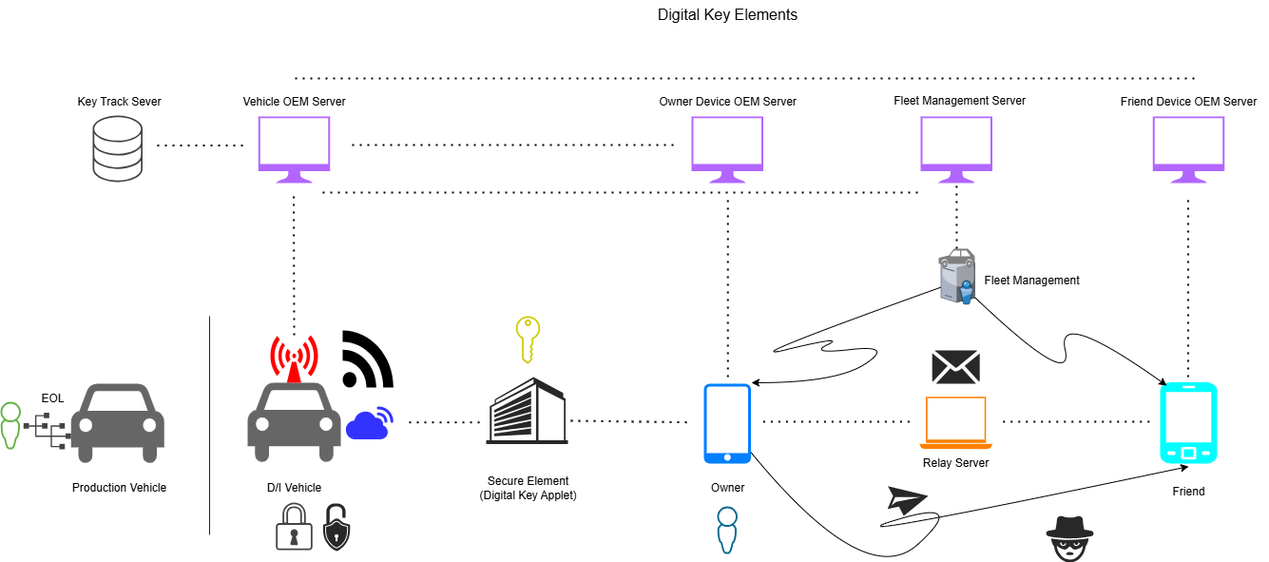
The draw.io diagram SystemFramework.drawio.png in LaurenHsu31/DKC, before a commit. Source tidied: cells renumbered, new cells last; positions are measured from the earlier drawing's top-left corner, leaving out a move shared by most shapes.
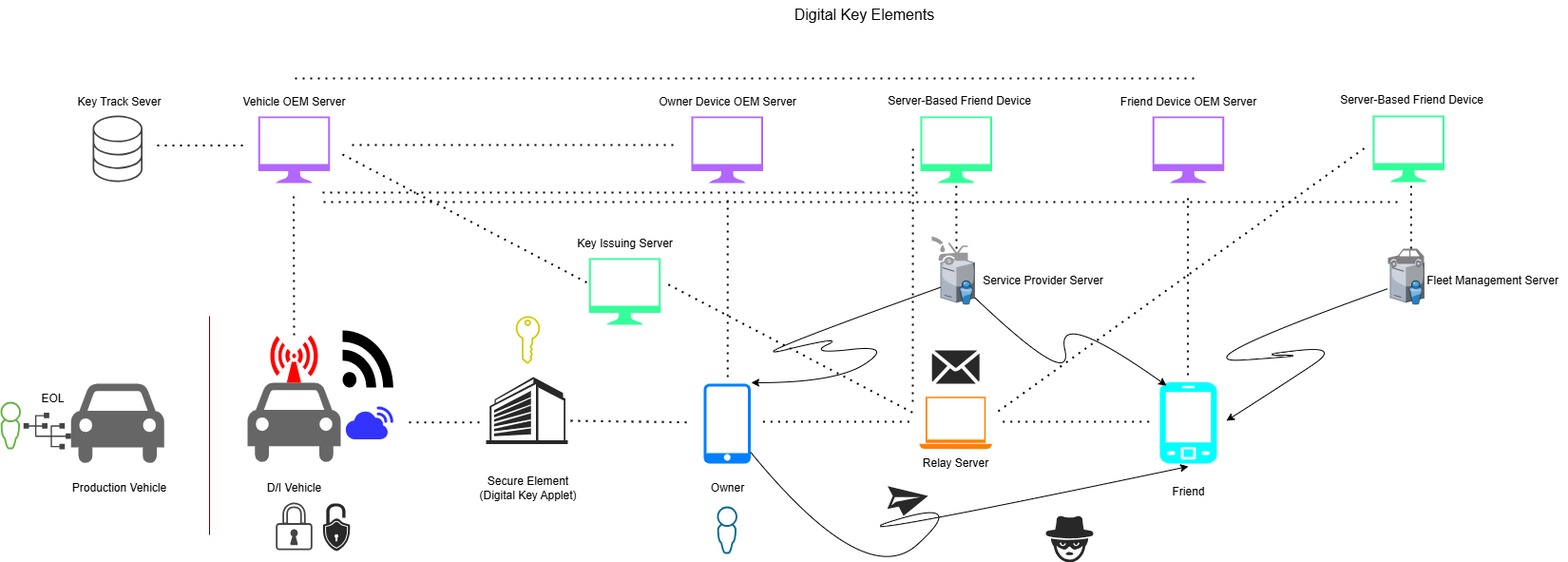
After the change.

Change to the diagram source:
```diff
@@ -118,8 +118,8 @@
     </mxCell>
     <mxCell id="33" style="endArrow=none;dashed=1;html=1;dashPattern=1 3;strokeWidth=2;rounded=0;" parent="1" edge="1">
       <mxGeometry relative="1" as="geometry">
-        <mxPoint x="1249.5" y="396" as="sourcePoint" />
-        <mxPoint x="1249.5" y="206" as="targetPoint" />
+        <mxPoint x="1249.5" y="394" as="sourcePoint" />
+        <mxPoint x="1249.5" y="204" as="targetPoint" />
       </mxGeometry>
     </mxCell>
     <mxCell id="34" style="endArrow=none;dashed=1;html=1;dashPattern=1 3;strokeWidth=2;rounded=0;" parent="1" edge="1">
@@ -159,7 +159,7 @@
       <mxGeometry x="542.2" y="332" width="25.5" height="50" as="geometry" />
     </mxCell>
     <mxCell id="41" value="&lt;font style=&quot;font-size: 16px;&quot;&gt;Digital Key Elements&lt;/font&gt;" style="text;html=1;align=center;verticalAlign=middle;strokeColor=none;fillColor=none;" parent="1" vertex="1">
-      <mxGeometry x="679.8" width="170" height="30" as="geometry" />
+      <mxGeometry x="823.8" width="170" height="30" as="geometry" />
     </mxCell>
     <mxCell id="42" style="shape=mxgraph.signs.transportation.car_4;html=1;fillColor=#666666;strokeColor=none;verticalLabelPosition=bottom;verticalAlign=top;align=center;sketch=0;" parent="1" vertex="1">
       <mxGeometry x="74.2" y="403" width="98" height="86" as="geometry" />
@@ -185,20 +185,19 @@
     <mxCell id="48" style="verticalLabelPosition=bottom;sketch=0;html=1;verticalAlign=top;strokeColor=none;align=center;outlineConnect=0;shape=mxgraph.citrix.directory_server;" parent="1" vertex="1">
       <mxGeometry x="989.4" y="271" width="35.6" height="48.5" as="geometry" />
     </mxCell>
-    <mxCell id="49" style="shape=mxgraph.signs.transportation.car_3;html=1;fillColor=#808080;strokeColor=none;verticalLabelPosition=bottom;verticalAlign=top;align=center;sketch=0;" parent="1" vertex="1">
-      <mxGeometry x="987" y="261" width="38" height="20" as="geometry" />
-    </mxCell>
-    <mxCell id="50" value="Fleet Management" style="text;html=1;align=center;verticalAlign=middle;strokeColor=none;fillColor=none;" parent="1" vertex="1">
-      <mxGeometry x="1025" y="280.2" width="120" height="30" as="geometry" />
+    <mxCell id="50" value="Service Provider Server" style="text;html=1;align=center;verticalAlign=middle;strokeColor=none;fillColor=none;" parent="1" vertex="1">
+      <mxGeometry x="1022" y="280.2" width="150" height="30" as="geometry" />
     </mxCell>
-    <mxCell id="51" style="sketch=0;shadow=0;dashed=0;html=1;strokeColor=none;fillColor=#B266FF;labelPosition=center;verticalLabelPosition=bottom;verticalAlign=top;align=center;outlineConnect=0;shape=mxgraph.vvd.monitor;" parent="1" vertex="1">
+    <mxCell id="51" style="sketch=0;shadow=0;dashed=0;html=1;strokeColor=none;fillColor=#33FF99;labelPosition=center;verticalLabelPosition=bottom;verticalAlign=top;align=center;outlineConnect=0;shape=mxgraph.vvd.monitor;" parent="1" vertex="1">
       <mxGeometry x="968.1" y="122" width="75.3" height="70" as="geometry" />
     </mxCell>
-    <mxCell id="52" value="Fleet Management Server" style="text;html=1;align=center;verticalAlign=middle;strokeColor=none;fillColor=none;" parent="1" vertex="1">
-      <mxGeometry x="929" y="91" width="160" height="30" as="geometry" />
+    <mxCell id="52" value="Server-Based Friend Device" style="text;html=1;align=center;verticalAlign=middle;strokeColor=none;fillColor=none;" parent="1" vertex="1">
+      <mxGeometry x="924" y="91" width="170" height="30" as="geometry" />
     </mxCell>
-    <mxCell id="53" style="endArrow=none;dashed=1;html=1;dashPattern=1 3;strokeWidth=2;rounded=0;exitX=0.5;exitY=0;exitDx=0;exitDy=0;exitPerimeter=0;" parent="1" edge="1" source="49" target="51">
-      <mxGeometry relative="1" as="geometry" />
+    <mxCell id="53" style="endArrow=none;dashed=1;html=1;dashPattern=1 3;strokeWidth=2;rounded=0;exitX=0.5;exitY=0;exitDx=0;exitDy=0;exitPerimeter=0;" parent="1" edge="1" target="51">
+      <mxGeometry relative="1" as="geometry">
+        <mxPoint x="1006" y="261" as="sourcePoint" />
+      </mxGeometry>
     </mxCell>
     <mxCell id="54" style="curved=1;endArrow=classic;html=1;rounded=0;entryX=0.117;entryY=0.042;entryDx=0;entryDy=0;entryPerimeter=0;" parent="1" edge="1" source="48" target="16">
       <mxGeometry relative="1" as="geometry">
@@ -225,5 +224,77 @@
         <mxPoint x="970" y="202" as="targetPoint" />
       </mxGeometry>
     </mxCell>
+    <mxCell id="57" style="sketch=0;shadow=0;dashed=0;html=1;strokeColor=none;fillColor=#33FF99;labelPosition=center;verticalLabelPosition=bottom;verticalAlign=top;align=center;shape=mxgraph.vvd.monitor;" parent="1" vertex="1">
+      <mxGeometry x="1444.1" y="121" width="75.3" height="70" as="geometry" />
+    </mxCell>
+    <mxCell id="58" value="Server-Based Friend Device" style="text;html=1;align=center;verticalAlign=middle;strokeColor=none;fillColor=none;" parent="1" vertex="1">
+      <mxGeometry x="1400" y="90" width="170" height="30" as="geometry" />
+    </mxCell>
+    <mxCell id="59" style="verticalLabelPosition=bottom;sketch=0;html=1;verticalAlign=top;strokeColor=none;align=center;shape=mxgraph.citrix.directory_server;" parent="1" vertex="1">
+      <mxGeometry x="1462.4" y="271" width="35.6" height="48.5" as="geometry" />
+    </mxCell>
+    <mxCell id="60" style="shape=mxgraph.signs.transportation.car_3;html=1;fillColor=#808080;strokeColor=none;verticalLabelPosition=bottom;verticalAlign=top;align=center;sketch=0;" parent="1" vertex="1">
+      <mxGeometry x="1460" y="261" width="38" height="20" as="geometry" />
+    </mxCell>
+    <mxCell id="61" value="Fleet Management Server" style="text;html=1;align=center;verticalAlign=middle;strokeColor=none;fillColor=none;" parent="1" vertex="1">
+      <mxGeometry x="1490" y="280.2" width="160" height="30" as="geometry" />
+    </mxCell>
+    <mxCell id="62" style="endArrow=none;dashed=1;html=1;dashPattern=1 3;strokeWidth=2;rounded=0;exitX=0.5;exitY=0;exitDx=0;exitDy=0;exitPerimeter=0;" parent="1" edge="1">
+      <mxGeometry relative="1" as="geometry">
+        <mxPoint x="1484.5" y="261" as="sourcePoint" />
+        <mxPoint x="1484.5" y="192" as="targetPoint" />
+      </mxGeometry>
+    </mxCell>
+    <mxCell id="63" style="shape=mxgraph.signs.transportation.radiator_water;html=1;fillColor=#999999;strokeColor=none;verticalLabelPosition=bottom;verticalAlign=top;align=center;sketch=0;" parent="1" vertex="1">
+      <mxGeometry x="980" y="248.2" width="38" height="30" as="geometry" />
+    </mxCell>
+    <mxCell id="64" style="curved=1;endArrow=classic;html=1;rounded=0;entryX=1.167;entryY=0.474;entryDx=0;entryDy=0;entryPerimeter=0;" parent="1" edge="1" target="16">
+      <mxGeometry relative="1" as="geometry">
+        <mxPoint x="1460" y="303.1" as="sourcePoint" />
+        <Array as="points">
+          <mxPoint x="1236" y="383.1" />
+          <mxPoint x="1380" y="373" />
+          <mxPoint x="1321" y="373.1" />
+          <mxPoint x="1411" y="363.1" />
+          <mxPoint x="1351" y="403" />
+        </Array>
+      </mxGeometry>
+    </mxCell>
+    <mxCell id="65" style="endArrow=none;dashed=1;html=1;dashPattern=1 3;strokeWidth=2;rounded=0;" parent="1" edge="1">
+      <mxGeometry relative="1" as="geometry">
+        <mxPoint x="340" y="212" as="sourcePoint" />
+        <mxPoint x="1476" y="212" as="targetPoint" />
+      </mxGeometry>
+    </mxCell>
+    <mxCell id="66" style="endArrow=none;dashed=1;html=1;dashPattern=1 3;strokeWidth=2;rounded=0;" parent="1" edge="1">
+      <mxGeometry relative="1" as="geometry">
+        <mxPoint x="960" y="422" as="sourcePoint" />
+        <mxPoint x="960.2" y="152" as="targetPoint" />
+      </mxGeometry>
+    </mxCell>
+    <mxCell id="67" style="endArrow=none;dashed=1;html=1;dashPattern=1 3;strokeWidth=2;rounded=0;" parent="1" edge="1">
+      <mxGeometry relative="1" as="geometry">
+        <mxPoint x="1050" y="432" as="sourcePoint" />
+        <mxPoint x="1440" y="152" as="targetPoint" />
+      </mxGeometry>
+    </mxCell>
+    <mxCell id="68" style="sketch=0;shadow=0;dashed=0;html=1;strokeColor=none;fillColor=#33FF99;labelPosition=center;verticalLabelPosition=bottom;verticalAlign=top;align=center;shape=mxgraph.vvd.monitor;" parent="1" vertex="1">
+      <mxGeometry x="619.4" y="271" width="75.3" height="70" as="geometry" />
+    </mxCell>
+    <mxCell id="69" value="Key Issuing Server" style="text;html=1;align=center;verticalAlign=middle;strokeColor=none;fillColor=none;" parent="1" vertex="1">
+      <mxGeometry x="597" y="241" width="120" height="30" as="geometry" />
+    </mxCell>
+    <mxCell id="70" style="endArrow=none;dashed=1;html=1;dashPattern=1 3;strokeWidth=2;rounded=0;" parent="1" edge="1">
+      <mxGeometry relative="1" as="geometry">
+        <mxPoint x="360" y="162" as="sourcePoint" />
+        <mxPoint x="617.4" y="296.8" as="targetPoint" />
+      </mxGeometry>
+    </mxCell>
+    <mxCell id="71" style="endArrow=none;dashed=1;html=1;dashPattern=1 3;strokeWidth=2;rounded=0;" parent="1" edge="1">
+      <mxGeometry relative="1" as="geometry">
+        <mxPoint x="702.8" y="298.8" as="sourcePoint" />
+        <mxPoint x="960.2" y="433.5" as="targetPoint" />
+      </mxGeometry>
+    </mxCell>
   </root>
 </mxGraphModel>
```
